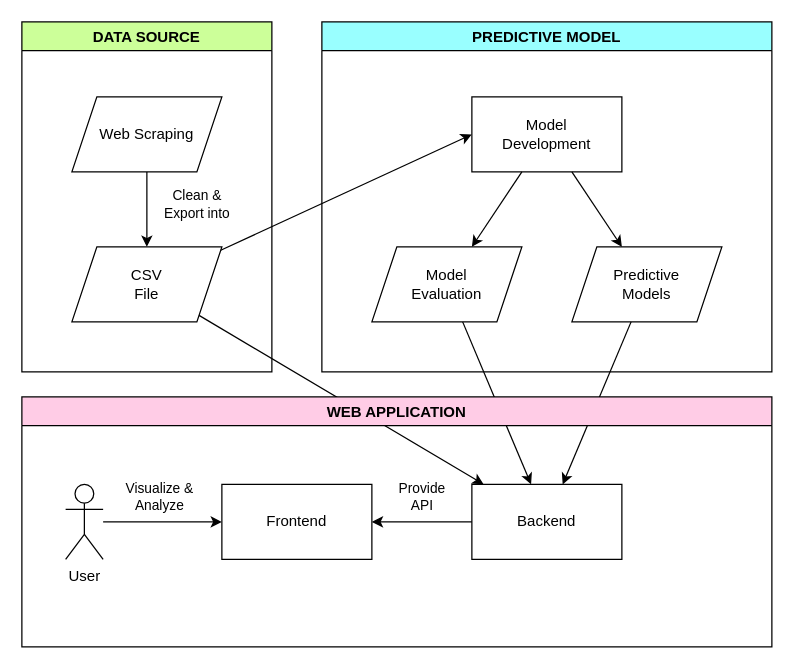
Earlier version of the draw.io diagram Documentation/OverallPipeline.drawio (onghengkiat/CurrencyRatePrediction). Source tidied: cells renumbered, new cells numbered last; positions are measured from the earlier drawing's top-left corner, leaving out a move shared by most shapes. Both pictures are drawn from the tidied source at 125%, with x=0, y=0 at pixel (21, 21).
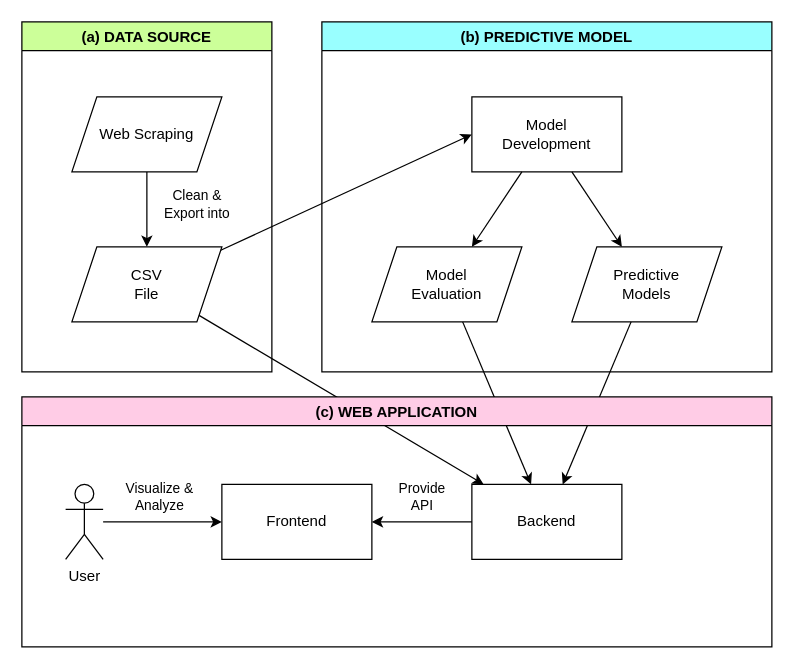
After the change.

Diff of the diagram source:
```diff
@@
-    <mxCell id="5" value="DATA SOURCE" style="swimlane;labelBackgroundColor=none;fillColor=#CCFF99;" parent="1" vertex="1">
+    <mxCell id="5" value="(a) DATA SOURCE" style="swimlane;labelBackgroundColor=none;fillColor=#CCFF99;" parent="1" vertex="1">
       <mxGeometry width="200" height="280" as="geometry" />
     </mxCell>
@@
-    <mxCell id="9" value="PREDICTIVE MODEL" style="swimlane;gradientColor=none;fillColor=#99FFFF;" parent="1" vertex="1">
+    <mxCell id="9" value="(b) PREDICTIVE MODEL" style="swimlane;gradientColor=none;fillColor=#99FFFF;" parent="1" vertex="1">
       <mxGeometry x="240" width="360" height="280" as="geometry" />
     </mxCell>
@@
-    <mxCell id="15" value="WEB APPLICATION" style="swimlane;fillColor=#FFCCE6;" parent="1" vertex="1">
+    <mxCell id="15" value="(c) WEB APPLICATION" style="swimlane;fillColor=#FFCCE6;" parent="1" vertex="1">
       <mxGeometry y="300" width="600" height="200" as="geometry" />
     </mxCell>
```
